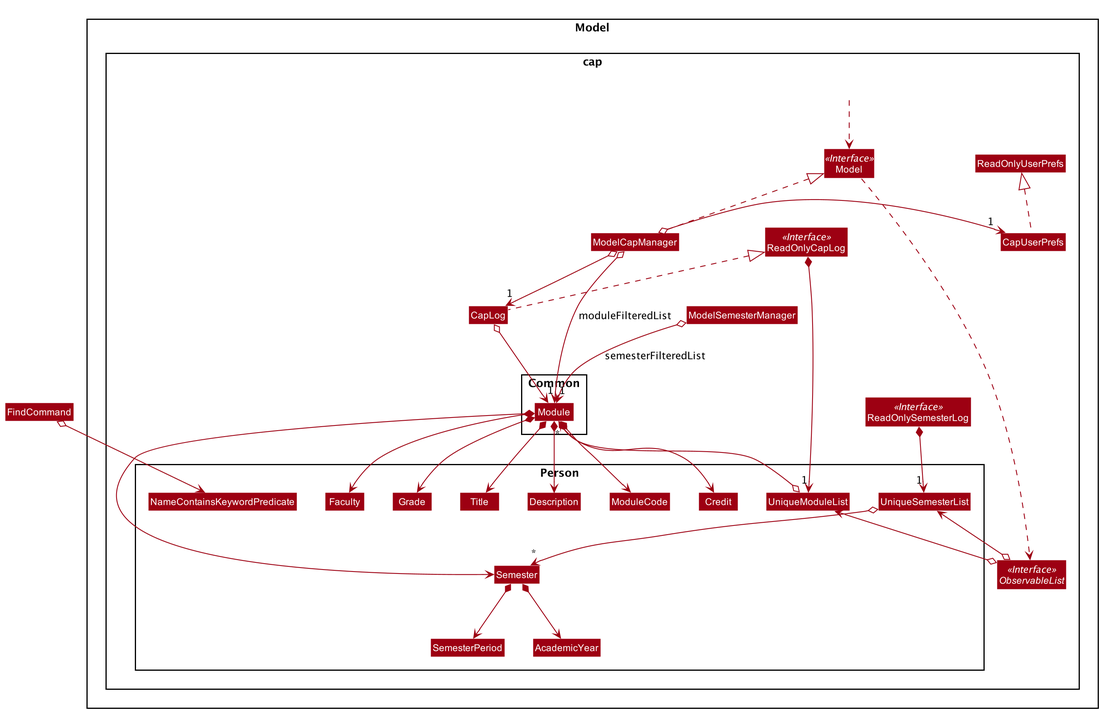
nus-cs2103-AY1920S1/addressbook-level3 keeps this PlantUML diagram as docs/images/CapModelClassDiagram.png. Above is the earlier version.
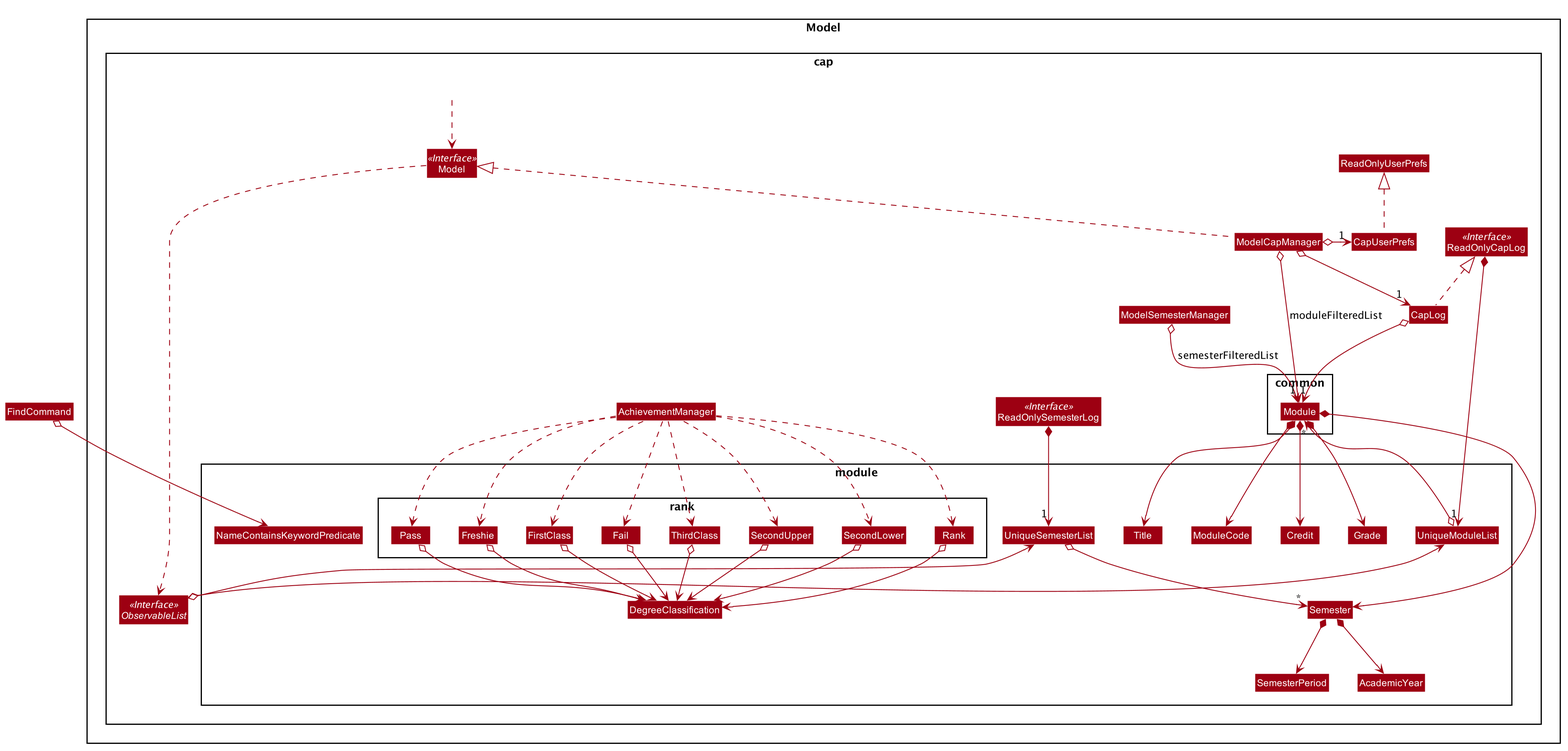
After the commit.

Change to the diagram source:
```diff
@@ -64,25 +64,54 @@
 Class ReadOnlyCapLog
 Class ReadOnlySemesterLog
 Class ReadOnlyUserPrefs
+Class AchievementManager
 
-Package Common {
+Package common {
 Class Module
 }
 
-Package Person {
+Package module {
 Class Title
-Class Description
 Class ModuleCode
 Class Credit
 Class Semester
-Class Faculty
 Class Grade
 Class SemesterPeriod
 Class AcademicYear
 Class NameContainsKeywordPredicate
 Class UniqueModuleList
 Class UniqueSemesterList
+Class DegreeClassification
+
+Package rank {
+Class Fail
+Class FirstClass
+Class Freshie
+Class Pass
+Class Rank
+Class SecondLower
+Class SecondUpper
+Class ThirdClass
 }
+}
+
+AchievementManager ..> Fail
+AchievementManager ..> FirstClass
+AchievementManager ..> Freshie
+AchievementManager ..> Pass
+AchievementManager ..> Rank
+AchievementManager ..> SecondLower
+AchievementManager ..> SecondUpper
+AchievementManager ..> ThirdClass
+
+DegreeClassification <-down-o Fail
+DegreeClassification <-down-o FirstClass
+DegreeClassification <-down-o Freshie
+DegreeClassification <-down-o Pass
+DegreeClassification <-down-o Rank
+DegreeClassification <-down-o SecondLower
+DegreeClassification <-down-o SecondUpper
+DegreeClassification <-down-o ThirdClass
 
 Class HiddenOutside #FFFFFF
 HiddenOutside ..> Model
@@ -105,10 +134,8 @@
 
 Module *--> Title
 Module *--> ModuleCode
-Module *--> Description
 Module *--> Credit
 Module *--> Semester
-Module *--> Faculty
 Module *--> Grade
 Semester *--> SemesterPeriod
 Semester *--> AcademicYear
```
